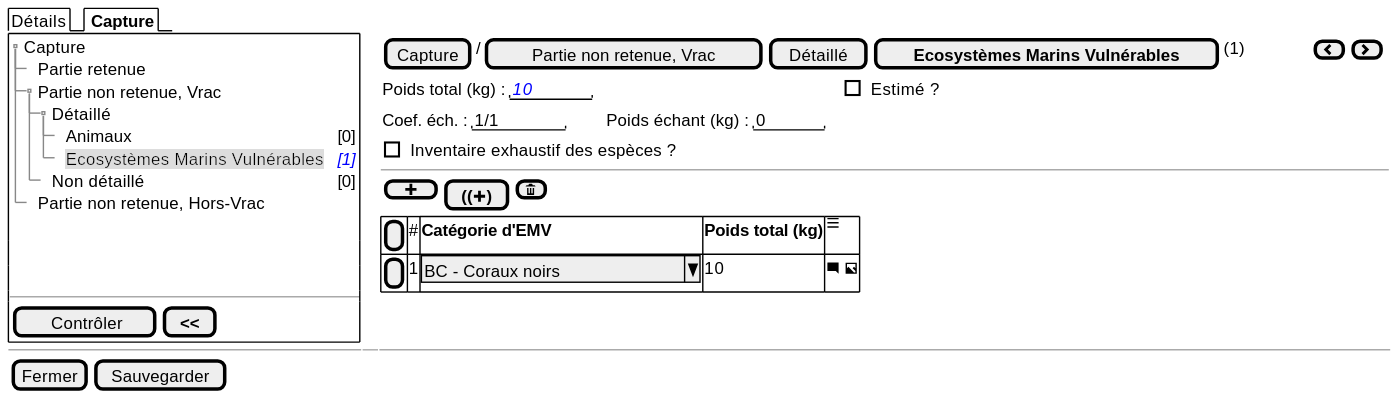
Before: projects/obsmer/spe/images/batch/batch-tree-PNR-VRAC-EMV.svg, a diagram exported from PlantUML (sumaris-net/sumaris-doc).
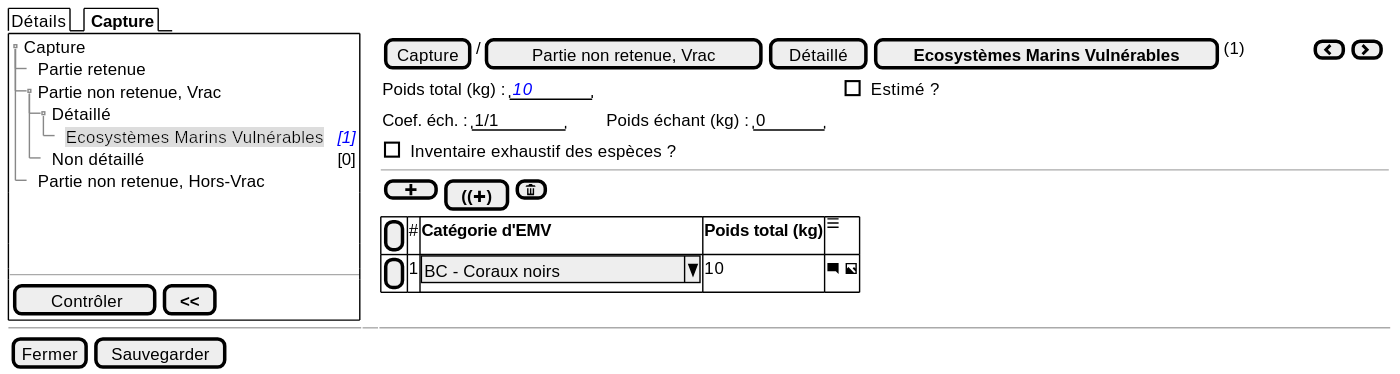
The same diagram one commit later.

Change to the diagram source:
```diff
@@ -7,7 +7,6 @@
        ++ Partie retenue
        ++ Partie non retenue, Vrac
        +++ Détaillé
-       ++++ Animaux | <color:black>[0]
        ++++ <back:#DDD>Ecosystèmes Marins Vulnérables | <i><color:blue>[1]
        +++ Non détaillé | <color:black>[0]
        ++ Partie non retenue, Hors-Vrac
```
